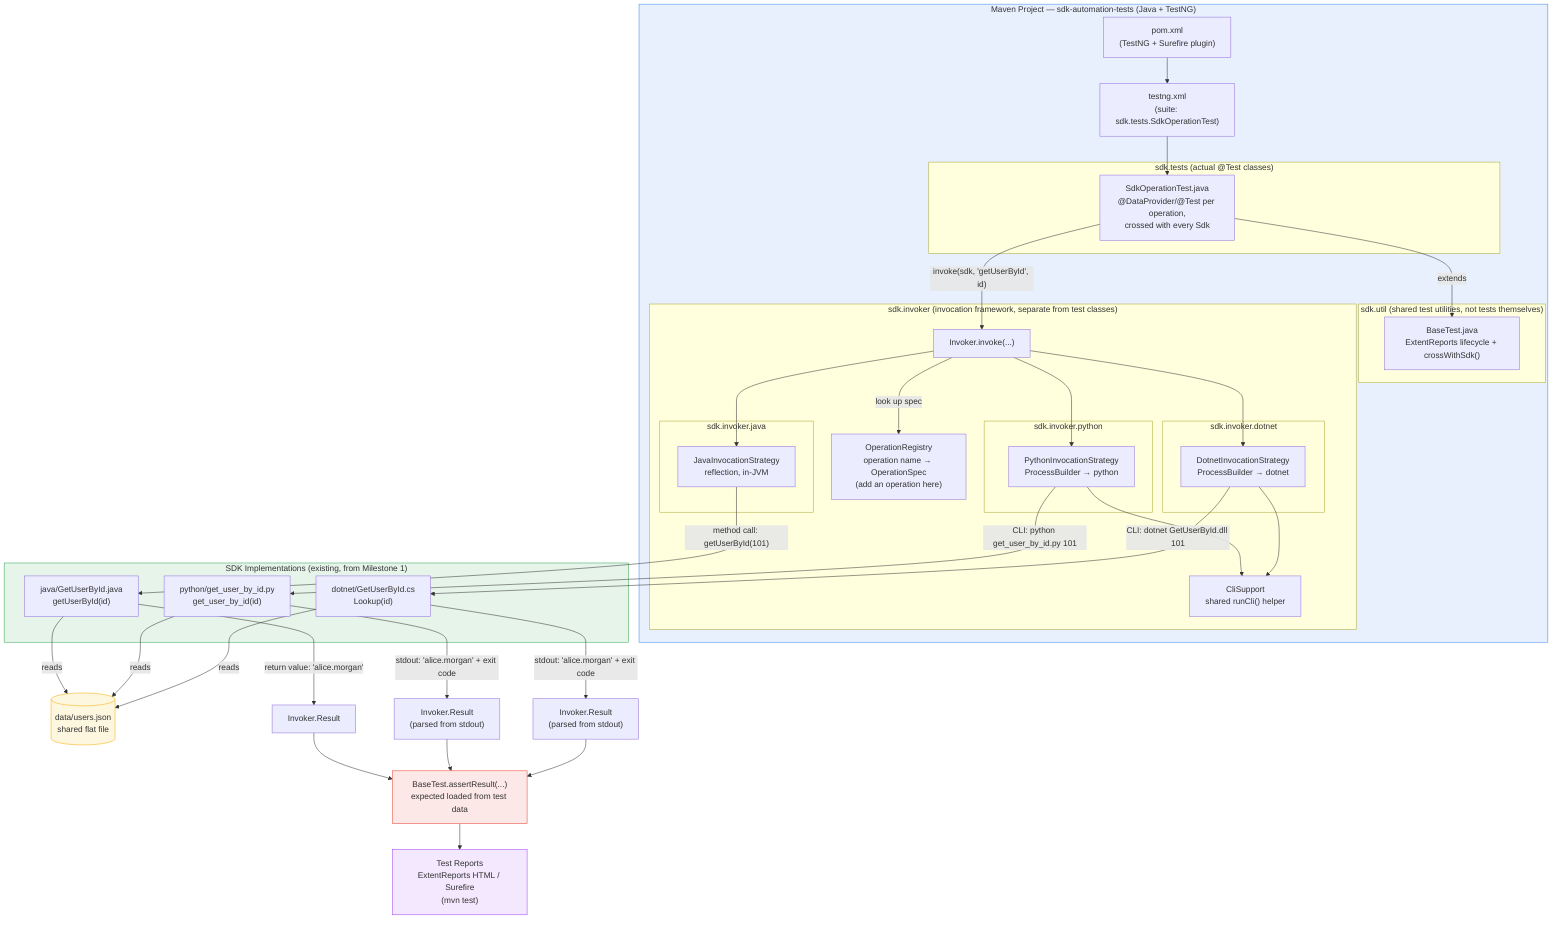
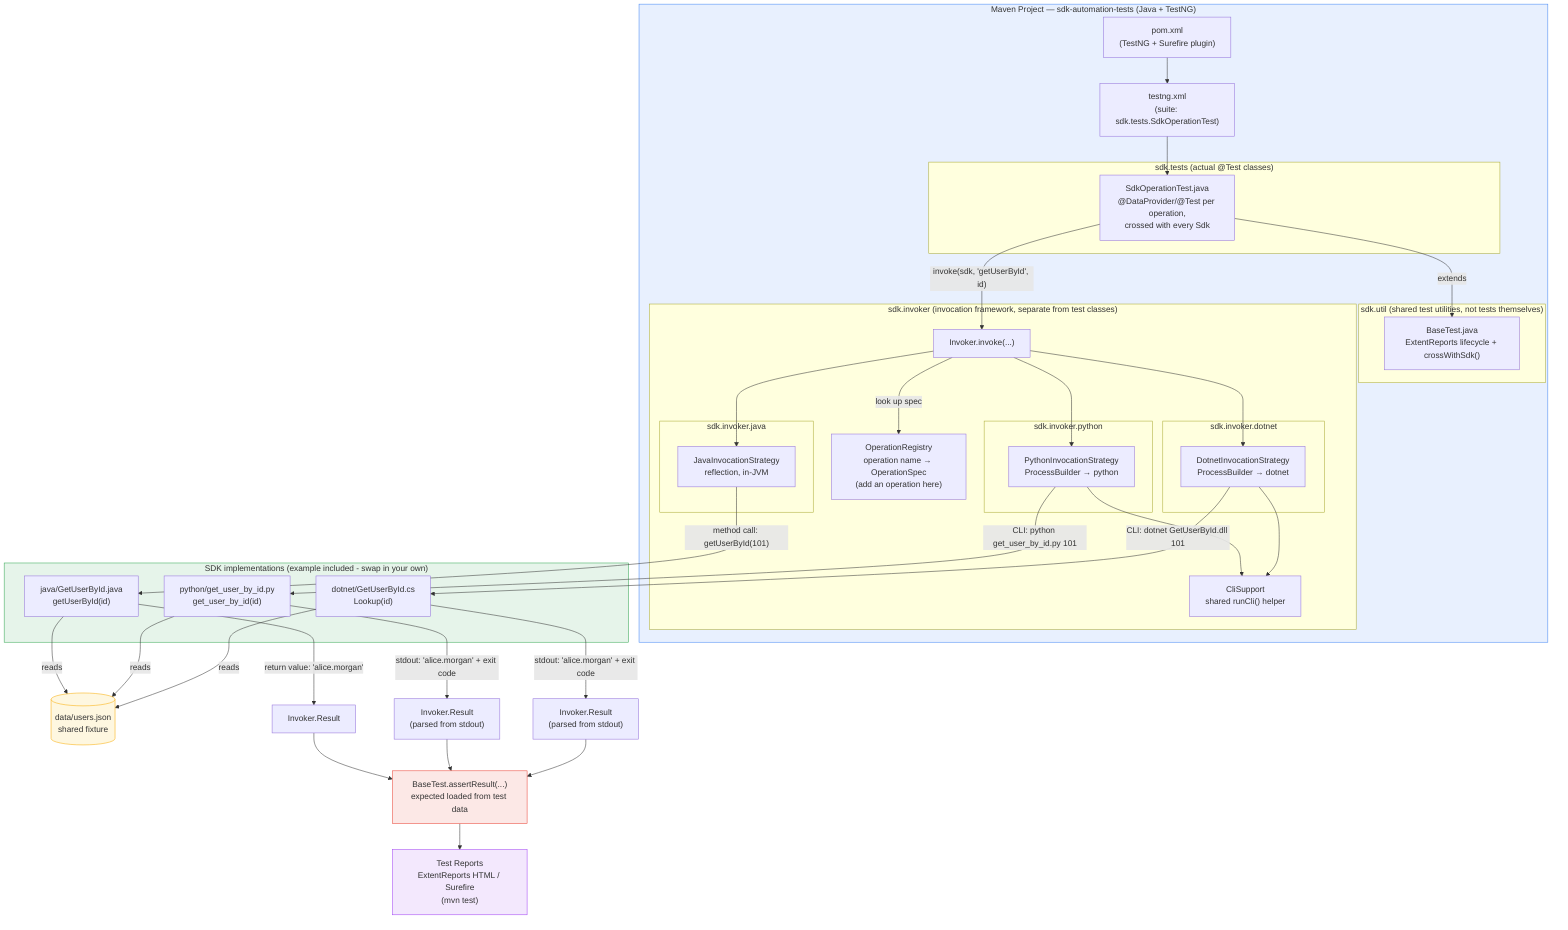
%% Drilldown version: shows package/class-level detail (registry, per-language
%% strategy subpackages, CliSupport, sdk.tests vs sdk.util split). For a
%% simpler high-level view, see framework-flow.mermaid.
flowchart TD
    subgraph MAVEN["Maven Project — sdk-automation-tests (Java + TestNG)"]
        POM["pom.xml<br/>(TestNG + Surefire plugin)"]
        XML["testng.xml<br/>(suite: sdk.tests.SdkOperationTest)"]
        POM --> XML

        subgraph TESTPKG["sdk.tests (actual @Test classes)"]
            TEST["SdkOperationTest.java<br/>@DataProvider/@Test per operation,<br/>crossed with every Sdk"]
        end
        subgraph UTILPKG["sdk.util (shared test utilities, not tests themselves)"]
            BASE["BaseTest.java<br/>ExtentReports lifecycle + crossWithSdk()"]
        end
        XML --> TEST
        TEST -- extends --> BASE

        subgraph INVPKG["sdk.invoker (invocation framework, separate from test classes)"]
            INV["Invoker.invoke(...)"]
            REG["OperationRegistry<br/>operation name → OperationSpec<br/>(add an operation here)"]
            CLI["CliSupport<br/>shared runCli() helper"]

            subgraph JPKG["sdk.invoker.java"]
                JSTRAT["JavaInvocationStrategy<br/>reflection, in-JVM"]
            end
            subgraph PPKG["sdk.invoker.python"]
                PSTRAT["PythonInvocationStrategy<br/>ProcessBuilder → python"]
            end
            subgraph DPKG["sdk.invoker.dotnet"]
                DSTRAT["DotnetInvocationStrategy<br/>ProcessBuilder → dotnet"]
            end

            INV -- "look up spec" --> REG
            INV --> JSTRAT
            INV --> PSTRAT
            INV --> DSTRAT
            PSTRAT --> CLI
            DSTRAT --> CLI
        end

        TEST -- "invoke(sdk, 'getUserById', id)" --> INV
    end

-     subgraph SDKS["SDK Implementations (existing, from Milestone 1)"]
+     subgraph SDKS["SDK implementations (example included - swap in your own)"]
        JSDK["java/GetUserById.java<br/>getUserById(id)"]
        PSDK["python/get_user_by_id.py<br/>get_user_by_id(id)"]
        DSDK["dotnet/GetUserById.cs<br/>Lookup(id)"]
    end

-     DATA[("data/users.json<br/>shared flat file")]
+     DATA[("data/users.json<br/>shared fixture")]

    JSTRAT -- "method call: getUserById(101)" --> JSDK
    PSTRAT -- "CLI: python get_user_by_id.py 101" --> PSDK
    DSTRAT -- "CLI: dotnet GetUserById.dll 101" --> DSDK

    JSDK -- reads --> DATA
    PSDK -- reads --> DATA
    DSDK -- reads --> DATA

    JSDK -- "return value: 'alice.morgan'" --> JRESP["Invoker.Result"]
    PSDK -- "stdout: 'alice.morgan' + exit code" --> PRESP["Invoker.Result<br/>(parsed from stdout)"]
    DSDK -- "stdout: 'alice.morgan' + exit code" --> DRESP["Invoker.Result<br/>(parsed from stdout)"]

    JRESP --> ASSERT["BaseTest.assertResult(...)<br/>expected loaded from test data"]
    PRESP --> ASSERT
    DRESP --> ASSERT

    ASSERT --> REPORT["Test Reports<br/>ExtentReports HTML / Surefire<br/>(mvn test)"]

    style MAVEN fill:#e8f0fe,stroke:#4285f4
    style SDKS fill:#e6f4ea,stroke:#34a853
    style DATA fill:#fef7e0,stroke:#f9ab00
    style ASSERT fill:#fce8e6,stroke:#ea4335
    style REPORT fill:#f3e8fd,stroke:#a142f4
